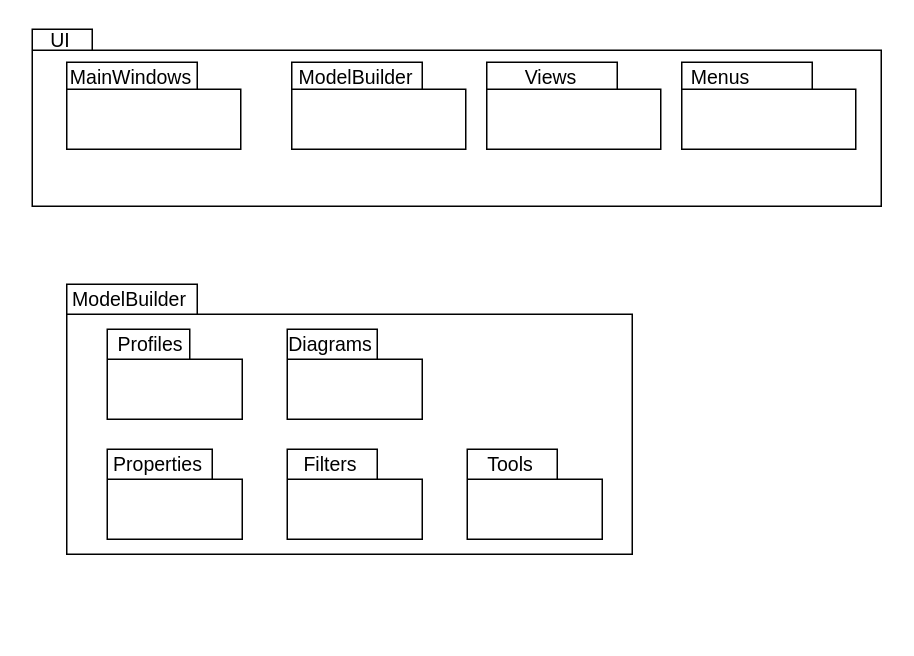
Earlier version of the draw.io diagram drawio/子系统划分.drawio (happinessandlove/Pic). Source tidied: cells renumbered, new cells numbered last; positions are measured from the earlier drawing's top-left corner, leaving out a move shared by most shapes. Both pictures are drawn from the tidied source at 150%, with x=0, y=0 at pixel (26, 26).
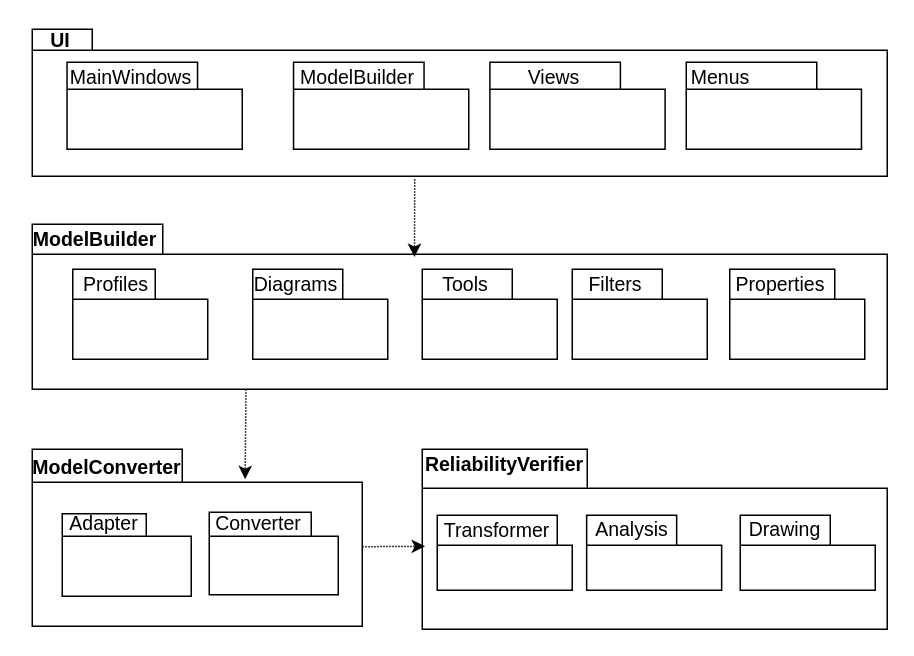
The same diagram, later.

Commit message:
Update 子系统划分.drawio

What changed in the source:
```diff
@@
     <mxCell id="2" style="group;" parent="1" vertex="1">
-      <mxGeometry width="570" height="162" as="geometry" />
+      <mxGeometry width="574" height="162" as="geometry" />
     </mxCell>
     <mxCell id="3" style="shape=folder;fontStyle=1;spacingTop=10;tabWidth=40;tabHeight=14;tabPosition=left;html=1;shadow=0;fontSize=13;fillColor=none;" parent="2" vertex="1">
-      <mxGeometry x="4" y="2" width="566" height="118" as="geometry" />
+      <mxGeometry x="4" y="2" width="570" height="98" as="geometry" />
     </mxCell>
-    <mxCell id="4" value="UI" style="text;html=1;strokeColor=none;fillColor=none;align=center;verticalAlign=middle;whiteSpace=wrap;rounded=0;shadow=0;fontSize=13;" parent="2" vertex="1">
-      <mxGeometry width="46" height="17" as="geometry" />
+    <mxCell id="4" value="&lt;b&gt;UI&lt;/b&gt;" style="text;html=1;strokeColor=none;fillColor=none;align=center;verticalAlign=middle;whiteSpace=wrap;rounded=0;shadow=0;fontSize=13;" parent="2" vertex="1">
+      <mxGeometry width="46.3" height="17" as="geometry" />
     </mxCell>
     <mxCell id="5" style="group;" parent="2" vertex="1">
-      <mxGeometry x="24" y="32" width="116" height="58" as="geometry" />
+      <mxGeometry x="24.2" y="32" width="116.8" height="58" as="geometry" />
     </mxCell>
     <mxCell id="6" style="shape=folder;fontStyle=1;spacingTop=10;tabWidth=87;tabHeight=18;tabPosition=left;html=1;shadow=0;fontSize=13;fillColor=none;" parent="5" vertex="1">
-      <mxGeometry x="3" y="-8" width="116" height="58" as="geometry" />
+      <mxGeometry x="3" y="-8" width="116.8" height="58" as="geometry" />
     </mxCell>
     <mxCell id="7" value="MainWindows" style="text;html=1;strokeColor=none;fillColor=none;align=center;verticalAlign=middle;whiteSpace=wrap;rounded=0;shadow=0;fontSize=13;" parent="5" vertex="1">
-      <mxGeometry x="20" y="-8" width="51.6" height="19.3" as="geometry" />
+      <mxGeometry x="20.1" y="-8" width="51.9" height="19.3" as="geometry" />
     </mxCell>
     <mxCell id="8" style="group;" parent="2" vertex="1">
-      <mxGeometry x="174" y="32" width="116" height="58" as="geometry" />
+      <mxGeometry x="175.2" y="32" width="116.8" height="58" as="geometry" />
     </mxCell>
     <mxCell id="9" style="shape=folder;fontStyle=1;spacingTop=10;tabWidth=87;tabHeight=18;tabPosition=left;html=1;shadow=0;fontSize=13;fillColor=none;" parent="8" vertex="1">
-      <mxGeometry x="3" y="-8" width="116" height="58" as="geometry" />
+      <mxGeometry x="3" y="-8" width="116.8" height="58" as="geometry" />
     </mxCell>
     <mxCell id="10" value="ModelBuilder" style="text;html=1;strokeColor=none;fillColor=none;align=center;verticalAlign=middle;whiteSpace=wrap;rounded=0;shadow=0;fontSize=13;" parent="8" vertex="1">
-      <mxGeometry x="20" y="-8" width="51.6" height="19.3" as="geometry" />
+      <mxGeometry x="20.1" y="-8" width="51.9" height="19.3" as="geometry" />
     </mxCell>
     <mxCell id="11" style="group;" parent="2" vertex="1">
-      <mxGeometry x="304" y="32" width="116" height="58" as="geometry" />
+      <mxGeometry x="306.1" y="32" width="116.8" height="58" as="geometry" />
     </mxCell>
     <mxCell id="12" style="shape=folder;fontStyle=1;spacingTop=10;tabWidth=87;tabHeight=18;tabPosition=left;html=1;shadow=0;fontSize=13;fillColor=none;" parent="11" vertex="1">
-      <mxGeometry x="3" y="-8" width="116" height="58" as="geometry" />
+      <mxGeometry x="3" y="-8" width="116.8" height="58" as="geometry" />
     </mxCell>
     <mxCell id="13" value="Views" style="text;html=1;strokeColor=none;fillColor=none;align=center;verticalAlign=middle;whiteSpace=wrap;rounded=0;shadow=0;fontSize=13;" parent="11" vertex="1">
-      <mxGeometry x="20" y="-8" width="51.6" height="19.3" as="geometry" />
+      <mxGeometry x="20.1" y="-8" width="51.9" height="19.3" as="geometry" />
     </mxCell>
     <mxCell id="14" style="group;" parent="2" vertex="1">
-      <mxGeometry x="434" y="32" width="116" height="58" as="geometry" />
+      <mxGeometry x="437" y="32" width="116.8" height="58" as="geometry" />
     </mxCell>
     <mxCell id="15" style="shape=folder;fontStyle=1;spacingTop=10;tabWidth=87;tabHeight=18;tabPosition=left;html=1;shadow=0;fontSize=13;fillColor=none;" parent="14" vertex="1">
-      <mxGeometry x="3" y="-8" width="116" height="58" as="geometry" />
+      <mxGeometry x="3" y="-8" width="116.8" height="58" as="geometry" />
     </mxCell>
-    <mxCell id="16" style="group;" parent="1" vertex="1">
-      <mxGeometry x="27" y="172" width="377" height="180" as="geometry" />
-    </mxCell>
+    <mxCell id="34" value="Menus" style="text;html=1;strokeColor=none;fillColor=none;align=center;verticalAlign=middle;whiteSpace=wrap;rounded=0;shadow=0;fontSize=13;" parent="1" vertex="1">
+      <mxGeometry x="437" y="24" width="51.6" height="19.3" as="geometry" />
+    </mxCell>
+    <mxCell id="35" style="shape=folder;fontStyle=1;spacingTop=10;tabWidth=100;tabHeight=22;tabPosition=left;html=1;shadow=0;fontSize=13;fillColor=none;" parent="1" vertex="1">
+      <mxGeometry x="4" y="282" width="220" height="118" as="geometry" />
+    </mxCell>
+    <mxCell id="36" value="&lt;b&gt;ModelConverter&lt;/b&gt;" style="text;html=1;strokeColor=none;fillColor=none;align=center;verticalAlign=middle;whiteSpace=wrap;rounded=0;shadow=0;fontSize=13;" parent="1" vertex="1">
+      <mxGeometry x="26" y="274" width="56" height="40" as="geometry" />
+    </mxCell>
+    <mxCell id="37" style="group;" parent="1" vertex="1">
+      <mxGeometry x="22" y="311" width="88" height="69" as="geometry" />
+    </mxCell>
+    <mxCell id="38" style="shape=folder;fontStyle=1;spacingTop=10;tabWidth=56;tabHeight=15;tabPosition=left;html=1;shadow=0;fontSize=13;fillColor=none;" parent="37" vertex="1">
+      <mxGeometry x="2" y="14" width="86" height="55" as="geometry" />
+    </mxCell>
+    <mxCell id="39" value="Adapter" style="text;html=1;strokeColor=none;fillColor=none;align=center;verticalAlign=middle;whiteSpace=wrap;rounded=0;shadow=0;fontSize=13;" parent="37" vertex="1">
+      <mxGeometry width="60" height="39" as="geometry" />
+    </mxCell>
+    <mxCell id="40" style="group;" parent="1" vertex="1">
+      <mxGeometry x="120" y="310" width="88" height="69" as="geometry" />
+    </mxCell>
+    <mxCell id="41" style="shape=folder;fontStyle=1;spacingTop=10;tabWidth=68;tabHeight=16;tabPosition=left;html=1;shadow=0;fontSize=13;fillColor=none;" parent="40" vertex="1">
+      <mxGeometry x="2" y="14" width="86" height="55" as="geometry" />
+    </mxCell>
+    <mxCell id="42" value="Converter" style="text;html=1;strokeColor=none;fillColor=none;align=center;verticalAlign=middle;whiteSpace=wrap;rounded=0;shadow=0;fontSize=13;" parent="40" vertex="1">
+      <mxGeometry x="5" y="1" width="60" height="39" as="geometry" />
+    </mxCell>
-    <mxCell id="17" style="shape=folder;fontStyle=1;spacingTop=10;tabWidth=87;tabHeight=20;tabPosition=left;html=1;shadow=0;fontSize=13;fillColor=none;" parent="16" vertex="1">
-      <mxGeometry width="377" height="180" as="geometry" />
+    <mxCell id="17" style="shape=folder;fontStyle=1;spacingTop=10;tabWidth=87;tabHeight=20;tabPosition=left;html=1;shadow=0;fontSize=13;fillColor=none;" parent="1" vertex="1">
+      <mxGeometry x="4" y="132" width="570" height="110" as="geometry" />
     </mxCell>
-    <mxCell id="18" value="ModelBuilder" style="text;html=1;strokeColor=none;fillColor=none;align=center;verticalAlign=middle;whiteSpace=wrap;rounded=0;shadow=0;fontSize=13;" parent="16" vertex="1">
-      <mxGeometry x="17" width="50" height="20" as="geometry" />
+    <mxCell id="18" value="&lt;b&gt;ModelBuilder&lt;/b&gt;" style="text;html=1;strokeColor=none;fillColor=none;align=center;verticalAlign=middle;whiteSpace=wrap;rounded=0;shadow=0;fontSize=13;" parent="1" vertex="1">
+      <mxGeometry x="21" y="132" width="50" height="20" as="geometry" />
     </mxCell>
-    <mxCell id="19" style="group;" parent="16" vertex="1">
-      <mxGeometry x="27" y="30" width="90" height="60" as="geometry" />
+    <mxCell id="19" style="group;" parent="1" vertex="1">
+      <mxGeometry x="31" y="162" width="90" height="60" as="geometry" />
     </mxCell>
@@
-    <mxCell id="22" style="group;" parent="16" vertex="1">
-      <mxGeometry x="147" y="30" width="90" height="60" as="geometry" />
+    <mxCell id="22" style="group;" parent="1" vertex="1">
+      <mxGeometry x="151" y="162" width="90" height="60" as="geometry" />
     </mxCell>
@@
-    <mxCell id="25" style="group;" parent="16" vertex="1">
-      <mxGeometry x="27" y="110" width="90" height="60" as="geometry" />
+    <mxCell id="25" style="group;" parent="1" vertex="1">
+      <mxGeometry x="469" y="162" width="90" height="60" as="geometry" />
     </mxCell>
@@
-    <mxCell id="28" style="group;" parent="16" vertex="1">
-      <mxGeometry x="147" y="110" width="90" height="60" as="geometry" />
+    <mxCell id="28" style="group;" parent="1" vertex="1">
+      <mxGeometry x="364" y="162" width="90" height="60" as="geometry" />
     </mxCell>
@@
-    <mxCell id="31" style="group;" parent="16" vertex="1">
-      <mxGeometry x="267" y="110" width="90" height="60" as="geometry" />
+    <mxCell id="31" style="group;" parent="1" vertex="1">
+      <mxGeometry x="264" y="162" width="90" height="60" as="geometry" />
     </mxCell>
@@
-    <mxCell id="34" value="Menus" style="text;html=1;strokeColor=none;fillColor=none;align=center;verticalAlign=middle;whiteSpace=wrap;rounded=0;shadow=0;fontSize=13;" parent="1" vertex="1">
-      <mxGeometry x="437" y="24" width="51.6" height="19.3" as="geometry" />
-    </mxCell>
+    <mxCell id="43" style="shape=folder;fontStyle=1;spacingTop=10;tabWidth=110;tabHeight=26;tabPosition=left;html=1;shadow=0;fontSize=13;fillColor=none;" parent="1" vertex="1">
+      <mxGeometry x="264" y="282" width="310" height="120" as="geometry" />
+    </mxCell>
+    <mxCell id="44" value="&lt;b&gt;ReliabilityVerifier&lt;/b&gt;" style="text;html=1;strokeColor=none;fillColor=none;align=center;verticalAlign=middle;whiteSpace=wrap;rounded=0;shadow=0;fontSize=13;" parent="1" vertex="1">
+      <mxGeometry x="289" y="277" width="60" height="30" as="geometry" />
+    </mxCell>
+    <mxCell id="45" style="shape=folder;fontStyle=1;spacingTop=10;tabWidth=80;tabHeight=20;tabPosition=left;html=1;shadow=0;fontSize=13;fillColor=none;" parent="1" vertex="1">
+      <mxGeometry x="274" y="326" width="90" height="50" as="geometry" />
+    </mxCell>
+    <mxCell id="46" value="Transformer" style="text;html=1;strokeColor=none;fillColor=none;align=center;verticalAlign=middle;whiteSpace=wrap;rounded=0;shadow=0;fontSize=13;" parent="1" vertex="1">
+      <mxGeometry x="284" y="326" width="60" height="20" as="geometry" />
+    </mxCell>
+    <mxCell id="47" style="group;" parent="1" vertex="1">
+      <mxGeometry x="373.6" y="320" width="90" height="56" as="geometry" />
+    </mxCell>
+    <mxCell id="48" style="group;" parent="47" vertex="1">
+      <mxGeometry width="90" height="56" as="geometry" />
+    </mxCell>
+    <mxCell id="49" style="shape=folder;fontStyle=1;spacingTop=10;tabWidth=60;tabHeight=20;tabPosition=left;html=1;shadow=0;fontSize=13;fillColor=none;" parent="48" vertex="1">
+      <mxGeometry y="6" width="90" height="50" as="geometry" />
+    </mxCell>
+    <mxCell id="50" value="Analysis" style="text;html=1;strokeColor=none;fillColor=none;align=center;verticalAlign=middle;whiteSpace=wrap;rounded=0;shadow=0;fontSize=13;" parent="48" vertex="1">
+      <mxGeometry width="60" height="30" as="geometry" />
+    </mxCell>
+    <mxCell id="51" style="group;" parent="1" vertex="1">
+      <mxGeometry x="476" y="319.5" width="90" height="56.5" as="geometry" />
+    </mxCell>
+    <mxCell id="52" value="Drawing" style="text;html=1;strokeColor=none;fillColor=none;align=center;verticalAlign=middle;whiteSpace=wrap;rounded=0;shadow=0;fontSize=13;" parent="51" vertex="1">
+      <mxGeometry width="60" height="31" as="geometry" />
+    </mxCell>
+    <mxCell id="53" style="shape=folder;fontStyle=1;spacingTop=10;tabWidth=60;tabHeight=20;tabPosition=left;html=1;shadow=0;fontSize=13;fillColor=none;" parent="51" vertex="1">
+      <mxGeometry y="6.5" width="90" height="50" as="geometry" />
+    </mxCell>
+    <mxCell id="54" style="endArrow=classic;html=1;rounded=0;fontSize=13;entryX=0.447;entryY=0.199;entryDx=0;entryDy=0;entryPerimeter=0;dashed=1;dashPattern=1 1;" parent="1" edge="1" target="17">
+      <mxGeometry relative="1" as="geometry">
+        <mxPoint x="259" y="102" as="sourcePoint" />
+      </mxGeometry>
+    </mxCell>
+    <mxCell id="55" style="endArrow=classic;html=1;rounded=0;fontSize=13;dashed=1;dashPattern=1 1;exitX=0.25;exitY=1;exitDx=0;exitDy=0;exitPerimeter=0;entryX=0.645;entryY=0.169;entryDx=0;entryDy=0;entryPerimeter=0;" parent="1" edge="1" source="17" target="35">
+      <mxGeometry relative="1" as="geometry" />
+    </mxCell>
+    <mxCell id="56" style="endArrow=classic;html=1;rounded=0;fontSize=13;dashed=1;dashPattern=1 1;entryX=0.006;entryY=0.539;entryDx=0;entryDy=0;entryPerimeter=0;" parent="1" edge="1">
+      <mxGeometry relative="1" as="geometry">
+        <mxPoint x="224" y="347" as="sourcePoint" />
+        <mxPoint x="265.9" y="346.7" as="targetPoint" />
+      </mxGeometry>
+    </mxCell>
```
